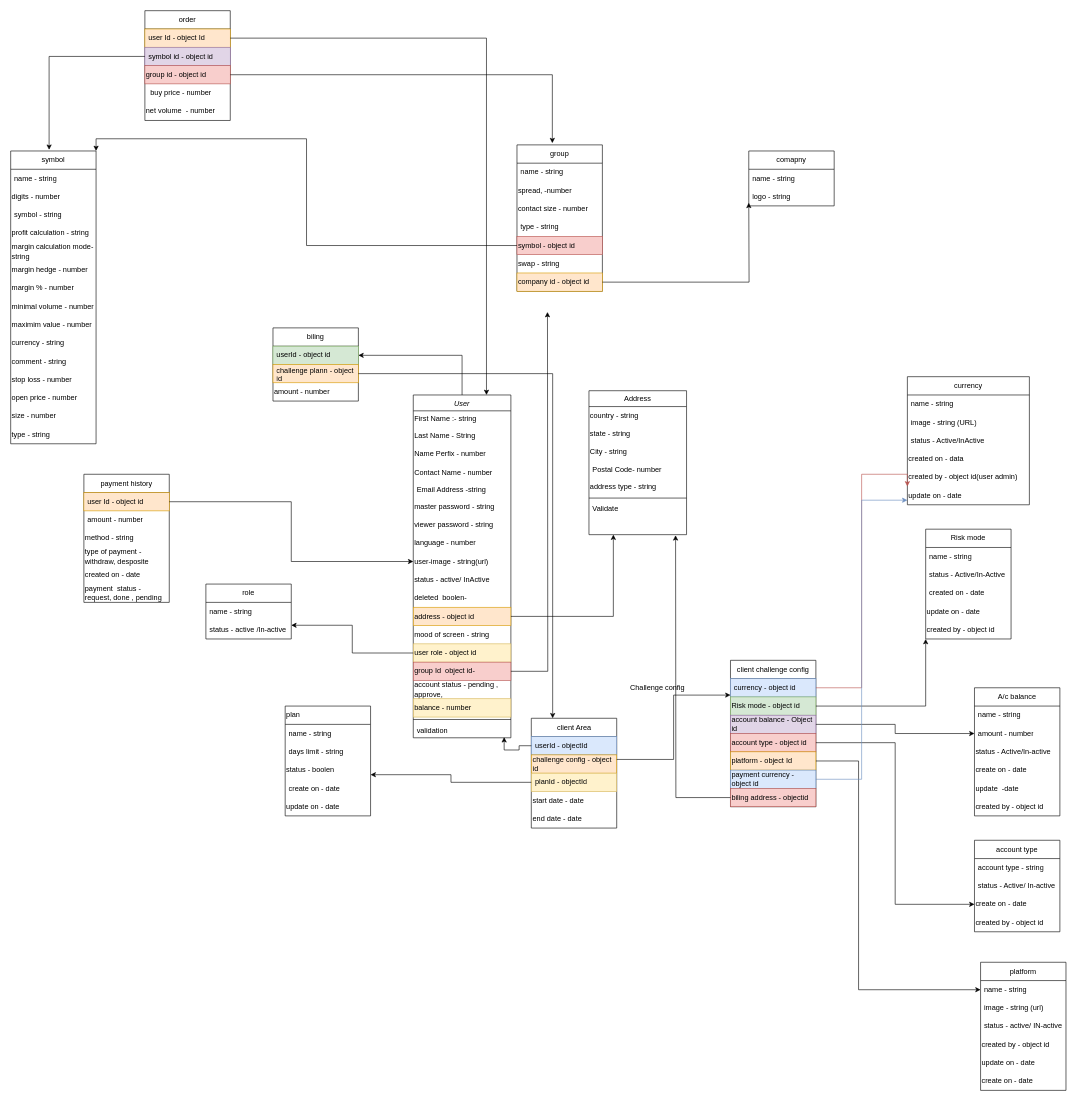
Above: Untitled Diagram.drawio in ankurram/testing1 (draw.io), before the change. Source tidied: cells renumbered, new cells numbered last; positions are measured from the earlier drawing's top-left corner, leaving out a move shared by most shapes. Both pictures are drawn from the tidied source at 61%, with x=0, y=0 at pixel (10, 10).
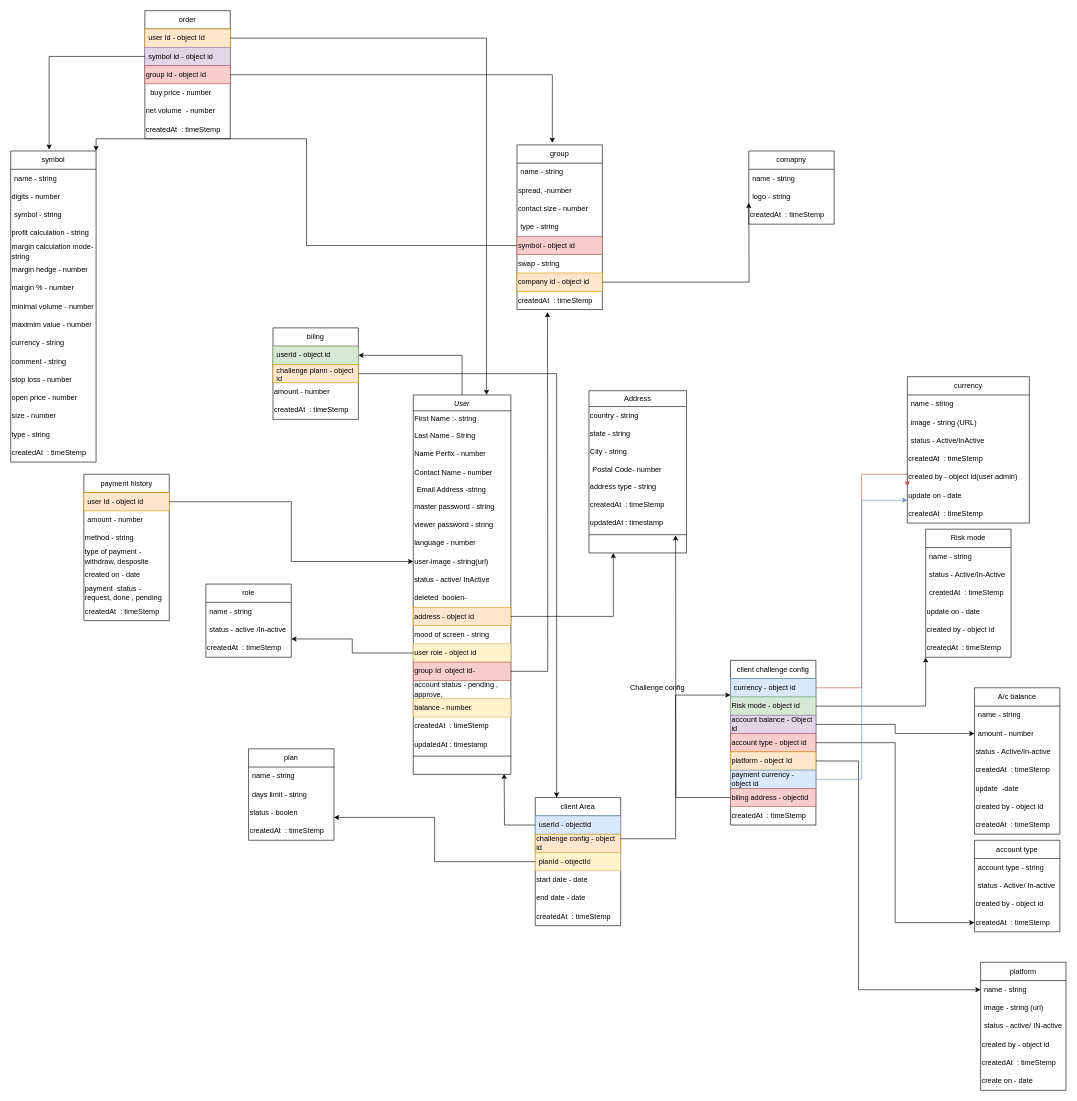
The same diagram, later.

The change refers to these unchanged cells:
```xml
<mxCell id="32" value="userId - objectId" style="text;strokeColor=#6c8ebf;fillColor=#dae8fc;align=left;verticalAlign=middle;spacingLeft=4;spacingRight=4;overflow=hidden;points=[[0,0.5],[1,0.5]];portConstraint=eastwest;whiteSpace=wrap;html=1;" parent="31" vertex="1">
  <mxGeometry y="30" width="140" height="30" as="geometry" />
</mxCell>
<mxCell id="82" value="account type" style="swimlane;fontStyle=0;horizontal=1;startSize=30;whiteSpace=wrap;html=1;labelBackgroundColor=none;labelBorderColor=none;" parent="1" vertex="1">
  <mxGeometry x="1580" y="1360" width="140" height="150" as="geometry" />
</mxCell>
<mxCell id="88" value="platform " style="swimlane;fontStyle=0;horizontal=1;startSize=30;whiteSpace=wrap;html=1;" parent="1" vertex="1">
  <mxGeometry x="1590" y="1560" width="140" height="210" as="geometry" />
</mxCell>
```

The edit, as a diff of the source:
```diff
@@
     <mxCell id="3" value="User" style="swimlane;fontStyle=2;align=center;verticalAlign=top;horizontal=1;startSize=26;rounded=0;shadow=0;strokeWidth=1;" parent="1" vertex="1">
-      <mxGeometry x="660" y="630" width="160" height="562" as="geometry" />
+      <mxGeometry x="660" y="630" width="160" height="622" as="geometry" />
     </mxCell>
@@
+    <mxCell id="151" value="createdAt&amp;nbsp; : timeStemp" style="text;html=1;strokeColor=none;fillColor=none;align=left;verticalAlign=middle;whiteSpace=wrap;rounded=0;" parent="3" vertex="1">
+      <mxGeometry y="528" width="160" height="30" as="geometry" />
+    </mxCell>
+    <mxCell id="152" value="updatedAt : timestamp" style="text;html=1;strokeColor=none;fillColor=none;align=left;verticalAlign=middle;whiteSpace=wrap;rounded=0;" parent="3" vertex="1">
+      <mxGeometry y="558" width="160" height="30" as="geometry" />
+    </mxCell>
     <mxCell id="21" style="line;html=1;strokeWidth=1;align=left;verticalAlign=middle;spacingTop=-1;spacingLeft=3;spacingRight=3;labelPosition=right;" parent="3" vertex="1">
-      <mxGeometry y="528" width="160" height="8" as="geometry" />
+      <mxGeometry y="588" width="160" height="8" as="geometry" />
     </mxCell>
-    <mxCell id="22" value="validation " style="text;align=left;verticalAlign=top;spacingLeft=4;spacingRight=4;overflow=hidden;points=[[0,0.5],[1,0.5]];portConstraint=eastwest;" parent="3" vertex="1">
-      <mxGeometry y="536" width="160" height="26" as="geometry" />
-    </mxCell>
     <mxCell id="23" value="Address" style="swimlane;fontStyle=0;align=center;verticalAlign=top;horizontal=1;startSize=26;rounded=0;shadow=0;strokeWidth=1;" parent="1" vertex="1">
-      <mxGeometry x="948" y="623" width="160" height="236" as="geometry" />
+      <mxGeometry x="948" y="623" width="160" height="266" as="geometry" />
     </mxCell>
@@
+    <mxCell id="153" value="createdAt&amp;nbsp; : timeStemp" style="text;html=1;strokeColor=none;fillColor=none;align=left;verticalAlign=middle;whiteSpace=wrap;rounded=0;" parent="23" vertex="1">
+      <mxGeometry y="172" width="160" height="30" as="geometry" />
+    </mxCell>
+    <mxCell id="154" value="updatedAt : timestamp" style="text;html=1;strokeColor=none;fillColor=none;align=left;verticalAlign=middle;whiteSpace=wrap;rounded=0;" parent="23" vertex="1">
+      <mxGeometry y="202" width="160" height="30" as="geometry" />
+    </mxCell>
     <mxCell id="29" style="line;html=1;strokeWidth=1;align=left;verticalAlign=middle;spacingTop=-1;spacingLeft=3;spacingRight=3;labelPosition=right;" parent="23" vertex="1">
-      <mxGeometry y="172" width="160" height="8" as="geometry" />
+      <mxGeometry y="232" width="160" height="8" as="geometry" />
     </mxCell>
-    <mxCell id="30" value="Validate" style="text;align=left;verticalAlign=top;spacingLeft=4;spacingRight=4;overflow=hidden;" parent="23" vertex="1">
-      <mxGeometry y="180" width="160" height="26" as="geometry" />
-    </mxCell>
     <mxCell id="31" value="client Area" style="swimlane;fontStyle=0;horizontal=1;startSize=30;whiteSpace=wrap;html=1;" parent="1" vertex="1">
-      <mxGeometry x="853.5" y="1160" width="140" height="180" as="geometry" />
+      <mxGeometry x="860" y="1290" width="140" height="210" as="geometry" />
     </mxCell>
@@
+    <mxCell id="155" value="&lt;div align=&quot;left&quot;&gt;createdAt&amp;nbsp; : timeStemp&lt;/div&gt;" style="text;html=1;strokeColor=none;fillColor=none;align=left;verticalAlign=middle;whiteSpace=wrap;rounded=0;" parent="31" vertex="1">
+      <mxGeometry y="180" width="140" height="30" as="geometry" />
+    </mxCell>
@@
     <mxCell id="39" value="client challenge config" style="swimlane;fontStyle=0;horizontal=1;startSize=30;whiteSpace=wrap;html=1;" parent="1" vertex="1">
-      <mxGeometry x="1180" y="1065" width="140" height="240" as="geometry" />
+      <mxGeometry x="1180" y="1065" width="140" height="270" as="geometry" />
     </mxCell>
@@
+    <mxCell id="156" value="createdAt&amp;nbsp; : timeStemp" style="text;html=1;strokeColor=none;fillColor=none;align=left;verticalAlign=middle;whiteSpace=wrap;rounded=0;" parent="39" vertex="1">
+      <mxGeometry y="240" width="140" height="30" as="geometry" />
+    </mxCell>
@@
     <mxCell id="48" value="biling" style="swimlane;fontStyle=0;horizontal=1;startSize=30;whiteSpace=wrap;html=1;" parent="1" vertex="1">
-      <mxGeometry x="430" y="520" width="140" height="120" as="geometry" />
+      <mxGeometry x="430" y="520" width="140" height="150" as="geometry" />
     </mxCell>
@@
+    <mxCell id="157" value="createdAt&amp;nbsp; : timeStemp" style="text;html=1;strokeColor=none;fillColor=none;align=left;verticalAlign=middle;whiteSpace=wrap;rounded=0;" parent="48" vertex="1">
+      <mxGeometry y="120" width="140" height="30" as="geometry" />
+    </mxCell>
@@
-    <mxCell id="53" value="plan" style="swimlane;fontStyle=0;horizontal=1;startSize=30;whiteSpace=wrap;html=1;align=left;" parent="1" vertex="1">
-      <mxGeometry x="450" y="1140" width="140" height="180" as="geometry" />
+    <mxCell id="53" value="&lt;div align=&quot;center&quot;&gt;plan&lt;/div&gt;" style="swimlane;fontStyle=0;horizontal=1;startSize=30;whiteSpace=wrap;html=1;align=center;" parent="1" vertex="1">
+      <mxGeometry x="390" y="1210" width="140" height="150" as="geometry" />
     </mxCell>
@@
-    <mxCell id="57" value="create on - date" style="text;strokeColor=none;fillColor=none;align=left;verticalAlign=middle;spacingLeft=4;spacingRight=4;overflow=hidden;whiteSpace=wrap;html=1;" parent="53" vertex="1">
-      <mxGeometry y="120" width="140" height="30" as="geometry" />
-    </mxCell>
-    <mxCell id="58" value="update on - date" style="text;html=1;strokeColor=none;fillColor=none;align=left;verticalAlign=middle;whiteSpace=wrap;rounded=0;" parent="53" vertex="1">
-      <mxGeometry y="150" width="140" height="30" as="geometry" />
+    <mxCell id="58" value="createdAt&amp;nbsp; : timeStemp" style="text;html=1;strokeColor=none;fillColor=none;align=left;verticalAlign=middle;whiteSpace=wrap;rounded=0;" parent="53" vertex="1">
+      <mxGeometry y="120" width="140" height="30" as="geometry" />
     </mxCell>
     <mxCell id="59" value="currency" style="swimlane;fontStyle=0;horizontal=1;startSize=30;whiteSpace=wrap;html=1;" parent="1" vertex="1">
-      <mxGeometry x="1470" y="600" width="200" height="210" as="geometry" />
+      <mxGeometry x="1470" y="600" width="200" height="240" as="geometry" />
     </mxCell>
@@
-    <mxCell id="63" value="created on - data" style="text;html=1;strokeColor=none;fillColor=none;align=left;verticalAlign=middle;whiteSpace=wrap;rounded=0;" parent="59" vertex="1">
+    <mxCell id="63" value="createdAt&amp;nbsp; : timeStemp" style="text;html=1;strokeColor=none;fillColor=none;align=left;verticalAlign=middle;whiteSpace=wrap;rounded=0;" parent="59" vertex="1">
       <mxGeometry y="120" width="200" height="30" as="geometry" />
     </mxCell>
@@
+    <mxCell id="158" value="createdAt&amp;nbsp; : timeStemp" style="text;html=1;strokeColor=none;fillColor=none;align=left;verticalAlign=middle;whiteSpace=wrap;rounded=0;" parent="59" vertex="1">
+      <mxGeometry y="210" width="200" height="30" as="geometry" />
+    </mxCell>
@@
     <mxCell id="67" value="Risk mode" style="swimlane;fontStyle=0;horizontal=1;startSize=30;whiteSpace=wrap;html=1;" parent="1" vertex="1">
-      <mxGeometry x="1500" y="850" width="140" height="180" as="geometry" />
+      <mxGeometry x="1500" y="850" width="140" height="210" as="geometry" />
     </mxCell>
@@
-    <mxCell id="70" value="created on - date" style="text;strokeColor=none;fillColor=none;align=left;verticalAlign=middle;spacingLeft=4;spacingRight=4;overflow=hidden;whiteSpace=wrap;html=1;" parent="67" vertex="1">
+    <mxCell id="70" value="createdAt&amp;nbsp; : timeStemp" style="text;strokeColor=none;fillColor=none;align=left;verticalAlign=middle;spacingLeft=4;spacingRight=4;overflow=hidden;whiteSpace=wrap;html=1;" parent="67" vertex="1">
       <mxGeometry y="90" width="140" height="30" as="geometry" />
     </mxCell>
@@
+    <mxCell id="159" value="createdAt&amp;nbsp; : timeStemp" style="text;html=1;strokeColor=none;fillColor=none;align=left;verticalAlign=middle;whiteSpace=wrap;rounded=0;" parent="67" vertex="1">
+      <mxGeometry y="180" width="140" height="30" as="geometry" />
+    </mxCell>
@@
     <mxCell id="74" value="A/c balance" style="swimlane;fontStyle=0;horizontal=1;startSize=30;whiteSpace=wrap;html=1;" parent="1" vertex="1">
-      <mxGeometry x="1580" y="1110" width="140" height="210" as="geometry" />
+      <mxGeometry x="1580" y="1110" width="140" height="240" as="geometry" />
     </mxCell>
@@
-    <mxCell id="78" value="create on - date" style="text;html=1;strokeColor=none;fillColor=none;align=left;verticalAlign=middle;whiteSpace=wrap;rounded=0;" parent="74" vertex="1">
+    <mxCell id="78" value="createdAt&amp;nbsp; : timeStemp" style="text;html=1;strokeColor=none;fillColor=none;align=left;verticalAlign=middle;whiteSpace=wrap;rounded=0;" parent="74" vertex="1">
       <mxGeometry y="120" width="140" height="30" as="geometry" />
     </mxCell>
@@
+    <mxCell id="160" value="createdAt&amp;nbsp; : timeStemp" style="text;html=1;strokeColor=none;fillColor=none;align=left;verticalAlign=middle;whiteSpace=wrap;rounded=0;" parent="74" vertex="1">
+      <mxGeometry y="210" width="140" height="30" as="geometry" />
+    </mxCell>
@@
+    <mxCell id="86" value="created by - object id" style="text;html=1;strokeColor=none;fillColor=none;align=left;verticalAlign=middle;whiteSpace=wrap;rounded=0;" parent="82" vertex="1">
+      <mxGeometry y="90" width="140" height="30" as="geometry" />
+    </mxCell>
-    <mxCell id="85" value="create on - date" style="text;html=1;strokeColor=none;fillColor=none;align=left;verticalAlign=middle;whiteSpace=wrap;rounded=0;" parent="82" vertex="1">
-      <mxGeometry y="90" width="140" height="30" as="geometry" />
+    <mxCell id="85" value="createdAt&amp;nbsp; : timeStemp" style="text;html=1;strokeColor=none;fillColor=none;align=left;verticalAlign=middle;whiteSpace=wrap;rounded=0;" parent="82" vertex="1">
+      <mxGeometry y="120" width="140" height="30" as="geometry" />
     </mxCell>
-    <mxCell id="86" value="created by - object id" style="text;html=1;strokeColor=none;fillColor=none;align=left;verticalAlign=middle;whiteSpace=wrap;rounded=0;" parent="82" vertex="1">
-      <mxGeometry y="120" width="140" height="30" as="geometry" />
-    </mxCell>
@@
-    <mxCell id="93" value="update on - date" style="text;html=1;strokeColor=none;fillColor=none;align=left;verticalAlign=middle;whiteSpace=wrap;rounded=0;" parent="88" vertex="1">
+    <mxCell id="93" value="createdAt&amp;nbsp; : timeStemp" style="text;html=1;strokeColor=none;fillColor=none;align=left;verticalAlign=middle;whiteSpace=wrap;rounded=0;" parent="88" vertex="1">
       <mxGeometry y="150" width="140" height="30" as="geometry" />
     </mxCell>
@@
     <mxCell id="97" value="payment history" style="swimlane;fontStyle=0;horizontal=1;startSize=30;whiteSpace=wrap;html=1;" parent="1" vertex="1">
-      <mxGeometry x="120" y="760" width="140" height="210" as="geometry" />
+      <mxGeometry x="120" y="760" width="140" height="240" as="geometry" />
     </mxCell>
@@
+    <mxCell id="161" value="createdAt&amp;nbsp; : timeStemp" style="text;html=1;strokeColor=none;fillColor=none;align=left;verticalAlign=middle;whiteSpace=wrap;rounded=0;" parent="97" vertex="1">
+      <mxGeometry y="210" width="140" height="30" as="geometry" />
+    </mxCell>
@@
-    <mxCell id="106" style="edgeStyle=orthogonalEdgeStyle;rounded=0;jettySize=auto;html=1;entryX=0.931;entryY=0.962;entryDx=0;entryDy=0;entryPerimeter=0;" parent="1" edge="1" source="32" target="22">
-      <mxGeometry relative="1" as="geometry" />
+    <mxCell id="106" style="edgeStyle=orthogonalEdgeStyle;rounded=0;jettySize=auto;html=1;entryX=0.931;entryY=0.962;entryDx=0;entryDy=0;entryPerimeter=0;" parent="1" edge="1" source="32">
+      <mxGeometry relative="1" as="geometry">
+        <mxPoint x="809" y="1251" as="targetPoint" />
+      </mxGeometry>
     </mxCell>
@@
     <mxCell id="108" value="order" style="swimlane;fontStyle=0;horizontal=1;startSize=30;whiteSpace=wrap;html=1;" parent="1" vertex="1">
-      <mxGeometry x="220" width="140" height="180" as="geometry" />
+      <mxGeometry x="220" width="140" height="210" as="geometry" />
     </mxCell>
@@
+    <mxCell id="162" value="createdAt&amp;nbsp; : timeStemp" style="text;html=1;strokeColor=none;fillColor=none;align=left;verticalAlign=middle;whiteSpace=wrap;rounded=0;" parent="108" vertex="1">
+      <mxGeometry y="180" width="140" height="30" as="geometry" />
+    </mxCell>
     <mxCell id="114" value="role" style="swimlane;fontStyle=0;horizontal=1;startSize=30;whiteSpace=wrap;html=1;" parent="1" vertex="1">
-      <mxGeometry x="320" y="940" width="140" height="90" as="geometry" />
+      <mxGeometry x="320" y="940" width="140" height="120" as="geometry" />
     </mxCell>
@@
+    <mxCell id="163" value="createdAt&amp;nbsp; : timeStemp" style="text;html=1;strokeColor=none;fillColor=none;align=left;verticalAlign=middle;whiteSpace=wrap;rounded=0;" parent="114" vertex="1">
+      <mxGeometry y="90" width="140" height="30" as="geometry" />
+    </mxCell>
@@
     <mxCell id="118" value="group " style="swimlane;fontStyle=0;horizontal=1;startSize=30;whiteSpace=wrap;html=1;" parent="1" vertex="1">
-      <mxGeometry x="830" y="220" width="140" height="240" as="geometry" />
+      <mxGeometry x="830" y="220" width="140" height="270" as="geometry" />
     </mxCell>
@@
+    <mxCell id="164" value="createdAt&amp;nbsp; : timeStemp" style="text;html=1;strokeColor=none;fillColor=none;align=left;verticalAlign=middle;whiteSpace=wrap;rounded=0;" parent="118" vertex="1">
+      <mxGeometry y="240" width="140" height="30" as="geometry" />
+    </mxCell>
@@
     <mxCell id="127" value="symbol" style="swimlane;fontStyle=0;horizontal=1;startSize=30;whiteSpace=wrap;html=1;" parent="1" vertex="1">
-      <mxGeometry y="230" width="140" height="480" as="geometry" />
+      <mxGeometry y="230" width="140" height="510" as="geometry" />
     </mxCell>
@@
+    <mxCell id="165" value="createdAt&amp;nbsp; : timeStemp" style="text;html=1;strokeColor=none;fillColor=none;align=left;verticalAlign=middle;whiteSpace=wrap;rounded=0;" parent="127" vertex="1">
+      <mxGeometry y="480" width="140" height="30" as="geometry" />
+    </mxCell>
@@
     <mxCell id="145" value="comapny" style="swimlane;fontStyle=0;horizontal=1;startSize=30;whiteSpace=wrap;html=1;" parent="1" vertex="1">
-      <mxGeometry x="1210" y="230" width="140" height="90" as="geometry" />
+      <mxGeometry x="1210" y="230" width="140" height="120" as="geometry" />
     </mxCell>
@@
+    <mxCell id="166" value="createdAt&amp;nbsp; : timeStemp" style="text;html=1;strokeColor=none;fillColor=none;align=left;verticalAlign=middle;whiteSpace=wrap;rounded=0;" parent="145" vertex="1">
+      <mxGeometry y="90" width="140" height="30" as="geometry" />
+    </mxCell>
```
